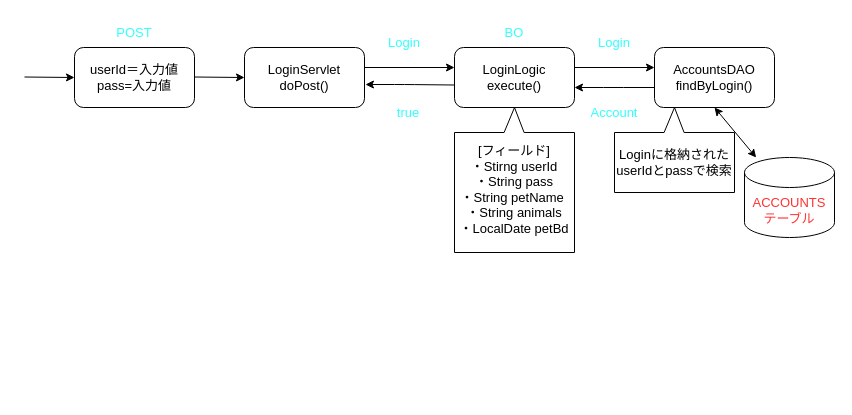
This is page "ログイン成功" (2 of 4) of ingestionCheckerアーキテクチャ図.drawio from Taisuke-0123/-, a draw.io file, before an edit. Source tidied: cells renumbered, new cells numbered last; positions are measured from the earlier drawing's top-left corner, leaving out a move shared by most shapes. Both pictures are drawn from the tidied source at 100%, with x=0, y=0 at pixel (24, 17).
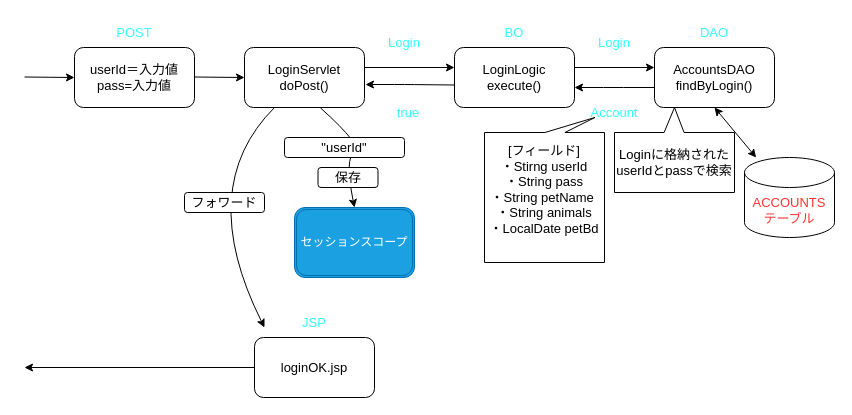
After the change.

Unchanged cells that the change refers to:
```xml
<mxCell id="6" value="LoginServlet&lt;br&gt;doPost()" style="rounded=1;whiteSpace=wrap;html=1;labelBackgroundColor=none;fillStyle=auto;strokeColor=#000000;fontSize=13;fontColor=#000000;fillColor=#FFFFFF;gradientColor=none;" parent="1" vertex="1">
  <mxGeometry x="220" y="30" width="120" height="60" as="geometry" />
</mxCell>
```

Change to the diagram source:
```diff
@@
-    <mxCell id="22" style="shape=callout;whiteSpace=wrap;html=1;perimeter=calloutPerimeter;labelBackgroundColor=none;fillStyle=auto;strokeColor=#000000;fontSize=13;fontColor=#FF3333;fillColor=#FFFFFF;gradientColor=none;base=20;rotation=-180;size=25;position=0.42;" parent="1" vertex="1">
-      <mxGeometry x="430" y="90" width="120" height="145" as="geometry" />
+    <mxCell id="22" style="shape=callout;whiteSpace=wrap;html=1;perimeter=calloutPerimeter;labelBackgroundColor=none;fillStyle=auto;strokeColor=#000000;fontSize=13;fontColor=#FF3333;fillColor=#FFFFFF;gradientColor=none;base=20;rotation=-180;size=15;position=0.33;position2=0.08;" parent="1" vertex="1">
+      <mxGeometry x="460" y="100" width="120" height="145" as="geometry" />
     </mxCell>
     <mxCell id="23" value="&lt;font color=&quot;#000000&quot;&gt;[フィールド]&lt;br&gt;・Stirng userId&lt;br&gt;・String pass&lt;br&gt;・String petName&amp;nbsp;&lt;br&gt;・String animals&lt;br&gt;・LocalDate petBd&lt;br&gt;&lt;br&gt;&lt;/font&gt;" style="text;html=1;strokeColor=none;fillColor=none;align=center;verticalAlign=middle;whiteSpace=wrap;rounded=0;labelBackgroundColor=none;fillStyle=auto;fontSize=13;fontColor=#33FFFF;" parent="1" vertex="1">
-      <mxGeometry x="430" y="155" width="120" height="50" as="geometry" />
+      <mxGeometry x="460" y="155" width="120" height="50" as="geometry" />
     </mxCell>
+    <mxCell id="24" value="&lt;font style=&quot;font-size: 12px;&quot;&gt;セッションスコープ&lt;/font&gt;" style="shape=ext;double=1;rounded=1;whiteSpace=wrap;html=1;labelBackgroundColor=none;fillStyle=auto;strokeColor=#006EAF;fontSize=10;fontColor=#ffffff;fillColor=#1ba1e2;" parent="1" vertex="1">
+      <mxGeometry x="270" y="190" width="120" height="70" as="geometry" />
+    </mxCell>
+    <mxCell id="25" style="curved=1;endArrow=classic;html=1;fontSize=12;exitX=0.633;exitY=1.006;exitDx=0;exitDy=0;exitPerimeter=0;entryX=0.5;entryY=0;entryDx=0;entryDy=0;" parent="1" edge="1" source="6" target="24">
+      <mxGeometry relative="1" as="geometry">
+        <Array as="points">
+          <mxPoint x="340" y="130" />
+          <mxPoint x="320" y="140" />
+        </Array>
+      </mxGeometry>
+    </mxCell>
+    <mxCell id="26" value="&quot;userId&quot;" style="rounded=1;whiteSpace=wrap;html=1;labelBackgroundColor=none;fillStyle=auto;strokeColor=#000000;fontSize=13;fontColor=#000000;fillColor=#FFFFFF;gradientColor=none;" parent="1" vertex="1">
+      <mxGeometry x="260" y="120" width="120" height="20" as="geometry" />
+    </mxCell>
+    <mxCell id="27" value="保存" style="rounded=1;whiteSpace=wrap;html=1;labelBackgroundColor=none;fillStyle=auto;strokeColor=#000000;fontSize=13;fontColor=#000000;fillColor=#FFFFFF;gradientColor=none;" parent="1" vertex="1">
+      <mxGeometry x="293.5" y="150" width="60" height="20" as="geometry" />
+    </mxCell>
+    <mxCell id="28" value="loginOK.jsp" style="rounded=1;whiteSpace=wrap;html=1;labelBackgroundColor=none;fillStyle=auto;strokeColor=#000000;fontSize=13;fontColor=#000000;fillColor=#FFFFFF;gradientColor=none;" parent="1" vertex="1">
+      <mxGeometry x="230" y="320" width="120" height="60" as="geometry" />
+    </mxCell>
+    <mxCell id="29" value="JSP" style="text;html=1;strokeColor=none;fillColor=none;align=center;verticalAlign=middle;whiteSpace=wrap;rounded=0;labelBackgroundColor=none;fillStyle=auto;fontSize=13;fontColor=#33FFFF;" parent="1" vertex="1">
+      <mxGeometry x="260" y="290" width="60" height="30" as="geometry" />
+    </mxCell>
+    <mxCell id="30" style="curved=1;endArrow=classic;html=1;fontSize=12;" parent="1" edge="1" source="6">
+      <mxGeometry relative="1" as="geometry">
+        <mxPoint x="240" y="310" as="targetPoint" />
+        <Array as="points">
+          <mxPoint x="170" y="170" />
+        </Array>
+      </mxGeometry>
+    </mxCell>
+    <mxCell id="31" value="フォワード" style="rounded=1;whiteSpace=wrap;html=1;labelBackgroundColor=none;fillStyle=auto;strokeColor=#000000;fontSize=13;fontColor=#000000;fillColor=#FFFFFF;gradientColor=none;" parent="1" vertex="1">
+      <mxGeometry x="160" y="175" width="80" height="20" as="geometry" />
+    </mxCell>
+    <mxCell id="32" style="endArrow=classic;html=1;fontSize=13;fontColor=#000000;exitX=0;exitY=0.5;exitDx=0;exitDy=0;" parent="1" edge="1" source="28">
+      <mxGeometry relative="1" as="geometry">
+        <mxPoint y="350" as="targetPoint" />
+      </mxGeometry>
+    </mxCell>
+    <mxCell id="33" value="DAO" style="text;html=1;strokeColor=none;fillColor=none;align=center;verticalAlign=middle;whiteSpace=wrap;rounded=0;labelBackgroundColor=none;fillStyle=auto;fontSize=13;fontColor=#33FFFF;" parent="1" vertex="1">
+      <mxGeometry x="660" width="60" height="30" as="geometry" />
+    </mxCell>
```
